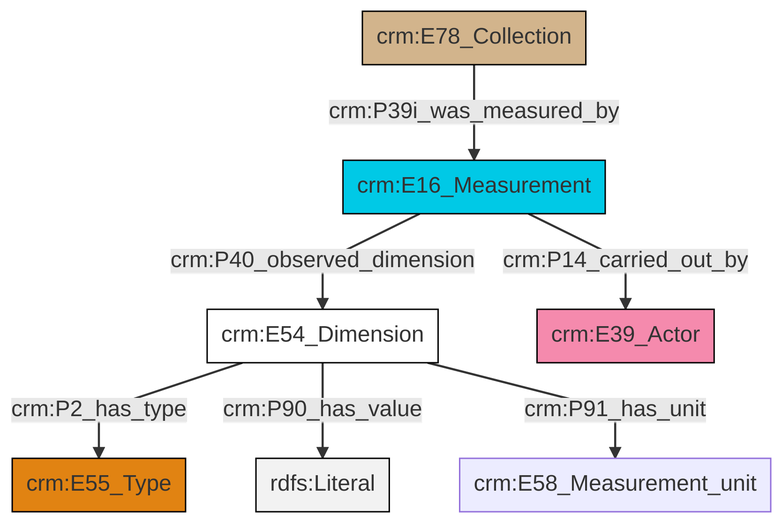
Above: et/archivalCSV/ttl/mmd/png/archival_substance.png in swiss-art-research-net/docs.swissartresearch (Mermaid), before the change. Its source is kept beside it as et/archivalCSV/ttl/mmd/archival_substance.ttl.mmd.
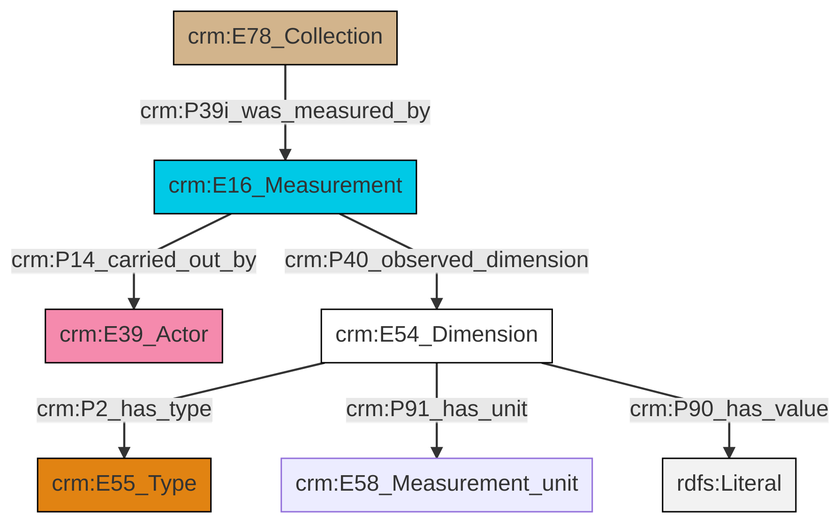
After the change.

The edit, as a diff of the source:
```diff
@@ -13,9 +13,9 @@
 classDef PC_Classes fill:#4ce600, stroke:#000000;
 classDef Multi fill:#cccccc,stroke:#000000;
 
-0["crm:E54_Dimension"]:::CRM_Entity -->|crm:P2_has_type| 1["crm:E55_Type"]:::Type
-5["crm:E16_Measurement"]:::Temporal_Entity -->|crm:P14_carried_out_by| 2["crm:E39_Actor"]:::Actor
-7["crm:E78_Collection"]:::Physical_Thing -->|crm:P39i_was_measured_by| 5["crm:E16_Measurement"]:::Temporal_Entity
-0["crm:E54_Dimension"]:::CRM_Entity -->|crm:P90_has_value| 11[rdfs:Literal]:::Literal
-5["crm:E16_Measurement"]:::Temporal_Entity -->|crm:P40_observed_dimension| 0["crm:E54_Dimension"]:::CRM_Entity
-0["crm:E54_Dimension"]:::CRM_Entity -->|crm:P91_has_unit| 9["crm:E58_Measurement_unit"]:::Default
+0["crm:E16_Measurement"]:::Temporal_Entity -->|crm:P14_carried_out_by| 1["crm:E39_Actor"]:::Actor
+3["crm:E54_Dimension"]:::CRM_Entity -->|crm:P2_has_type| 4["crm:E55_Type"]:::Type
+3["crm:E54_Dimension"]:::CRM_Entity -->|crm:P91_has_unit| 5["crm:E58_Measurement_unit"]:::Default
+3["crm:E54_Dimension"]:::CRM_Entity -->|crm:P90_has_value| 10[rdfs:Literal]:::Literal
+0["crm:E16_Measurement"]:::Temporal_Entity -->|crm:P40_observed_dimension| 3["crm:E54_Dimension"]:::CRM_Entity
+6["crm:E78_Collection"]:::Physical_Thing -->|crm:P39i_was_measured_by| 0["crm:E16_Measurement"]:::Temporal_Entity
```
